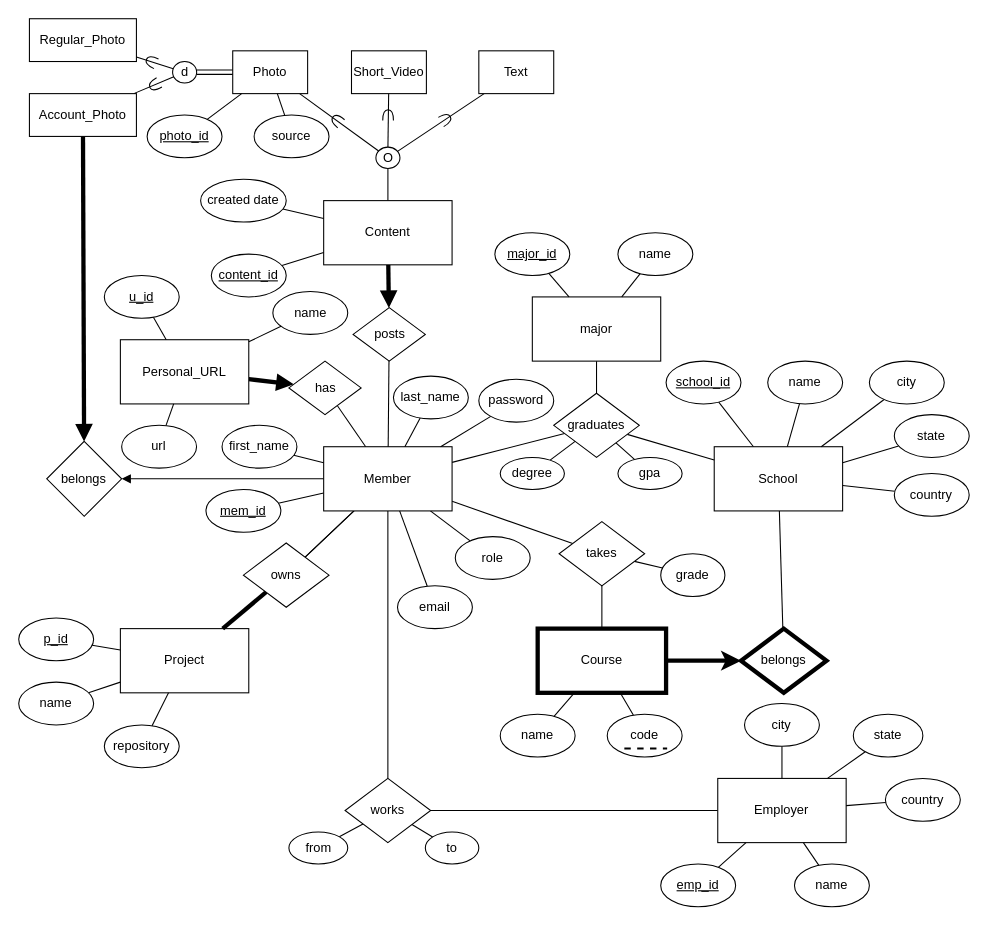
This is src/public/Documents/EER Diagram.drawio from Pikalot/family-hub, a draw.io file, before an edit. Source tidied: cells renumbered, new cells numbered last; positions are measured from the earlier drawing's top-left corner, leaving out a move shared by most shapes. Both pictures are drawn from the tidied source at 107%, with x=0, y=0 at pixel (18, 18).
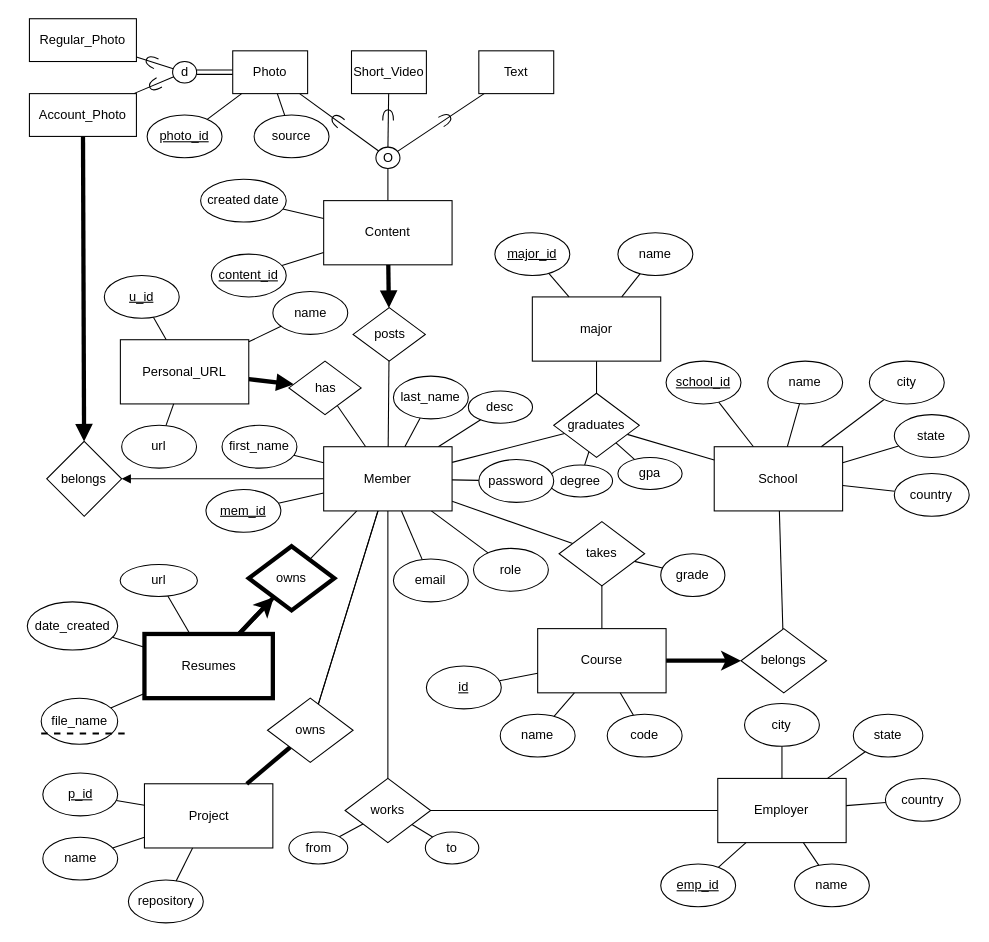
The same page after the edit.

Unchanged cells that the change refers to:
```xml
<mxCell id="10" value="Member" style="rounded=0;whiteSpace=wrap;html=1;" parent="1" vertex="1">
  <mxGeometry x="285" y="400" width="120" height="60" as="geometry" />
</mxCell>
```

Change to the diagram source:
```diff
@@
-<mxGraphModel background="#ffffff">
+<mxGraphModel>
@@
+    <mxCell id="126" style="edgeStyle=none;html=1;endArrow=none;endFill=0;" parent="1" edge="1" source="10" target="132">
+      <mxGeometry relative="1" as="geometry" />
+    </mxCell>
+    <mxCell id="127" style="edgeStyle=none;html=1;strokeWidth=1;endArrow=none;endFill=0;" parent="1" edge="1" source="10" target="140">
+      <mxGeometry relative="1" as="geometry" />
+    </mxCell>
@@
-    <mxCell id="28" value="Course" style="rounded=0;whiteSpace=wrap;html=1;strokeWidth=4;" parent="1" vertex="1">
+    <mxCell id="28" value="Course" style="rounded=0;whiteSpace=wrap;html=1;strokeWidth=1;" parent="1" vertex="1">
       <mxGeometry x="485" y="570" width="120" height="60" as="geometry" />
     </mxCell>
@@
     <mxCell id="39" value="degree" style="ellipse;whiteSpace=wrap;html=1;" parent="1" vertex="1">
-      <mxGeometry x="450" y="410" width="60" height="30" as="geometry" />
+      <mxGeometry x="495" y="417" width="60" height="30" as="geometry" />
     </mxCell>
@@
     <mxCell id="55" value="Project" style="rounded=0;whiteSpace=wrap;html=1;" parent="1" vertex="1">
-      <mxGeometry x="95" y="570" width="120" height="60" as="geometry" />
+      <mxGeometry x="117.5" y="715" width="120" height="60" as="geometry" />
     </mxCell>
@@
     <mxCell id="57" value="&lt;u&gt;p_id&lt;br&gt;&lt;/u&gt;" style="ellipse;whiteSpace=wrap;html=1;rounded=0;" parent="1" vertex="1">
-      <mxGeometry y="560" width="70" height="40" as="geometry" />
+      <mxGeometry x="22.5" y="705" width="70" height="40" as="geometry" />
     </mxCell>
@@
     <mxCell id="59" value="name" style="ellipse;whiteSpace=wrap;html=1;rounded=0;" parent="1" vertex="1">
-      <mxGeometry y="620" width="70" height="40" as="geometry" />
+      <mxGeometry x="22.5" y="765" width="70" height="40" as="geometry" />
     </mxCell>
@@
     <mxCell id="61" value="repository" style="ellipse;whiteSpace=wrap;html=1;rounded=0;" parent="1" vertex="1">
-      <mxGeometry x="80" y="660" width="70" height="40" as="geometry" />
+      <mxGeometry x="102.5" y="805" width="70" height="40" as="geometry" />
     </mxCell>
@@
     <mxCell id="63" value="owns" style="rhombus;whiteSpace=wrap;html=1;rounded=0;" parent="1" vertex="1">
-      <mxGeometry x="210" y="490" width="80" height="60" as="geometry" />
+      <mxGeometry x="232.5" y="635" width="80" height="60" as="geometry" />
     </mxCell>
@@
     <mxCell id="118" value="email" style="ellipse;whiteSpace=wrap;html=1;rounded=0;" parent="1" vertex="1">
-      <mxGeometry x="354" y="530" width="70" height="40" as="geometry" />
+      <mxGeometry x="350.2" y="505" width="70" height="40" as="geometry" />
     </mxCell>
@@
     <mxCell id="120" value="password" style="ellipse;whiteSpace=wrap;html=1;rounded=0;" parent="1" vertex="1">
-      <mxGeometry x="430" y="337" width="70" height="40" as="geometry" />
+      <mxGeometry x="430" y="412" width="70" height="40" as="geometry" />
     </mxCell>
-    <mxCell id="121" value="belongs" style="rhombus;whiteSpace=wrap;html=1;strokeWidth=4;" parent="1" vertex="1">
+    <mxCell id="121" value="belongs" style="rhombus;whiteSpace=wrap;html=1;strokeWidth=1;" parent="1" vertex="1">
       <mxGeometry x="675" y="570" width="80" height="60" as="geometry" />
     </mxCell>
-    <mxCell id="122" style="line;strokeWidth=2;html=1;dashed=1;" parent="1" vertex="1">
-      <mxGeometry x="566" y="677" width="40" height="10" as="geometry" />
-    </mxCell>
     <mxCell id="123" value="role" style="ellipse;whiteSpace=wrap;html=1;rounded=0;" parent="1" vertex="1">
-      <mxGeometry x="408" y="484" width="70" height="40" as="geometry" />
+      <mxGeometry x="425" y="495" width="70" height="40" as="geometry" />
     </mxCell>
@@
+    <mxCell id="128" style="edgeStyle=none;html=1;strokeWidth=4;" parent="1" edge="1" source="131" target="132">
+      <mxGeometry relative="1" as="geometry" />
+    </mxCell>
+    <mxCell id="129" style="edgeStyle=none;html=1;strokeWidth=4;endArrow=none;endFill=0;" parent="1" edge="1" source="131" target="132">
+      <mxGeometry relative="1" as="geometry" />
+    </mxCell>
+    <mxCell id="130" style="edgeStyle=none;html=1;strokeWidth=1;endArrow=none;endFill=0;" parent="1" edge="1" source="131" target="133">
+      <mxGeometry relative="1" as="geometry" />
+    </mxCell>
+    <mxCell id="131" value="Resumes" style="rounded=0;whiteSpace=wrap;html=1;strokeWidth=4;" parent="1" vertex="1">
+      <mxGeometry x="117.5" y="575" width="120" height="60" as="geometry" />
+    </mxCell>
+    <mxCell id="132" value="owns" style="rhombus;whiteSpace=wrap;html=1;rounded=0;strokeWidth=4;" parent="1" vertex="1">
+      <mxGeometry x="215" y="493" width="80" height="60" as="geometry" />
+    </mxCell>
+    <mxCell id="133" value="file_name" style="ellipse;whiteSpace=wrap;html=1;rounded=0;strokeWidth=1;" parent="1" vertex="1">
+      <mxGeometry x="21" y="635" width="71.5" height="43" as="geometry" />
+    </mxCell>
+    <mxCell id="134" style="edgeStyle=none;html=1;strokeWidth=1;endArrow=none;endFill=0;" parent="1" edge="1" source="135" target="28">
+      <mxGeometry relative="1" as="geometry" />
+    </mxCell>
+    <mxCell id="135" value="&lt;u&gt;id&lt;/u&gt;" style="ellipse;whiteSpace=wrap;html=1;rounded=0;" parent="1" vertex="1">
+      <mxGeometry x="381" y="605" width="70" height="40" as="geometry" />
+    </mxCell>
+    <mxCell id="122" style="line;strokeWidth=2;html=1;dashed=1;" parent="1" vertex="1">
+      <mxGeometry x="21" y="663" width="78" height="10" as="geometry" />
+    </mxCell>
+    <mxCell id="136" style="edgeStyle=none;html=1;strokeWidth=1;endArrow=none;endFill=0;" parent="1" edge="1" source="137" target="131">
+      <mxGeometry relative="1" as="geometry" />
+    </mxCell>
+    <mxCell id="137" value="date_created" style="ellipse;whiteSpace=wrap;html=1;rounded=0;strokeWidth=1;" parent="1" vertex="1">
+      <mxGeometry x="8" y="545" width="84.5" height="45" as="geometry" />
+    </mxCell>
+    <mxCell id="138" style="edgeStyle=none;html=1;strokeWidth=1;endArrow=none;endFill=0;" parent="1" edge="1" source="139" target="131">
+      <mxGeometry relative="1" as="geometry" />
+    </mxCell>
+    <mxCell id="139" value="url" style="ellipse;whiteSpace=wrap;html=1;rounded=0;strokeWidth=1;" parent="1" vertex="1">
+      <mxGeometry x="94.8" y="510" width="72.2" height="30" as="geometry" />
+    </mxCell>
+    <mxCell id="140" value="desc" style="ellipse;whiteSpace=wrap;html=1;" parent="1" vertex="1">
+      <mxGeometry x="420.2" y="348" width="60" height="30" as="geometry" />
+    </mxCell>
```
